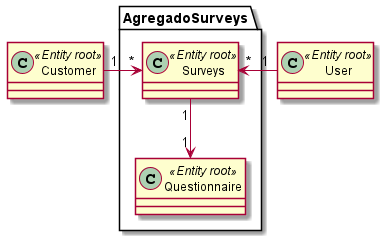
The PlantUML diagram Documentation/Geral/AgregadoSurveys.png in LourencoMelo/ISEP-EAPLI, before a commit.
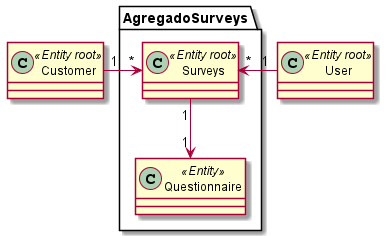
After the change.

Commit message:
Surveys Part refresh

Change to the diagram source:
```diff
@@ -4,7 +4,7 @@
 User <<Entity root>>
 package AgregadoSurveys {
 Surveys <<Entity root>>
-Questionnaire <<Entity root>>
+Questionnaire <<Entity>>
 }
 
 Customer "1" -right-> "*" Surveys
```
